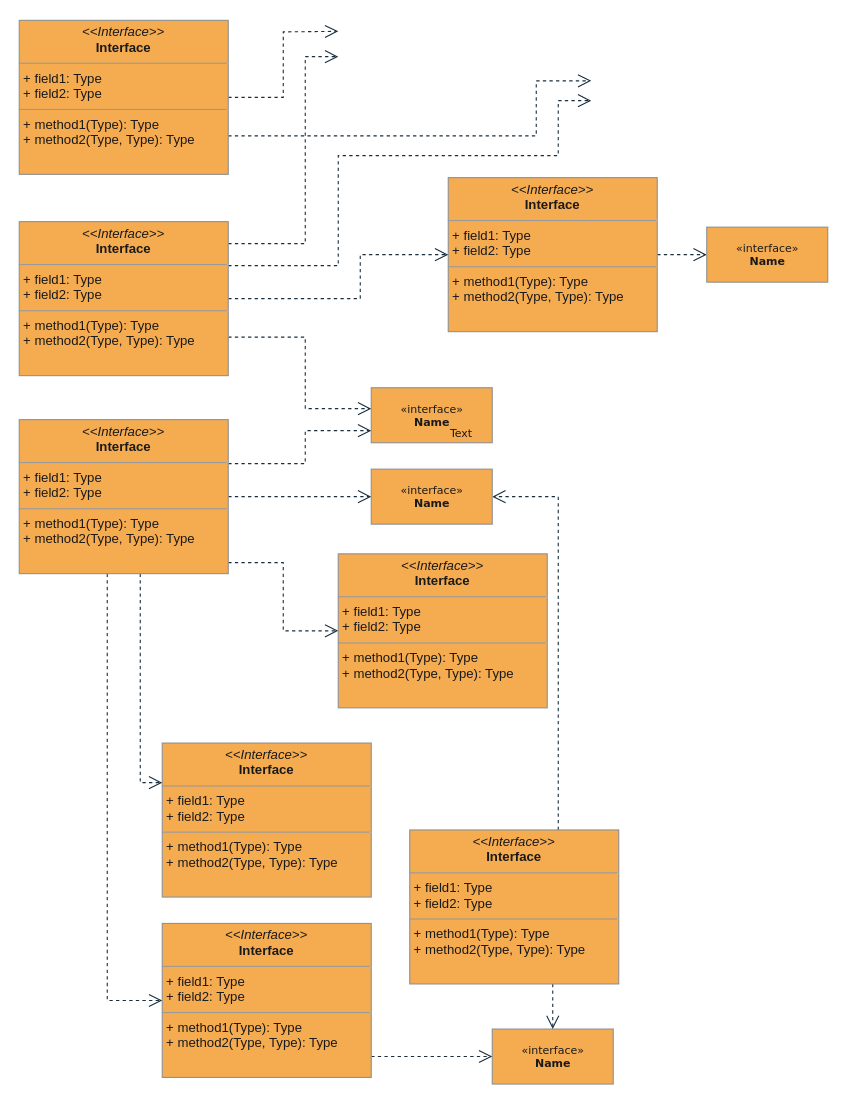
The draw.io diagram docs/詳細設計/名称未設定ファイル.drawio in omoikanelulu/koto_koto, before the edit. Source tidied: cells renumbered, new cells numbered last; positions are measured from the earlier drawing's top-left corner, leaving out a move shared by most shapes. Both pictures are drawn from the tidied source at 110%, with x=0, y=0 at pixel (19, 20).
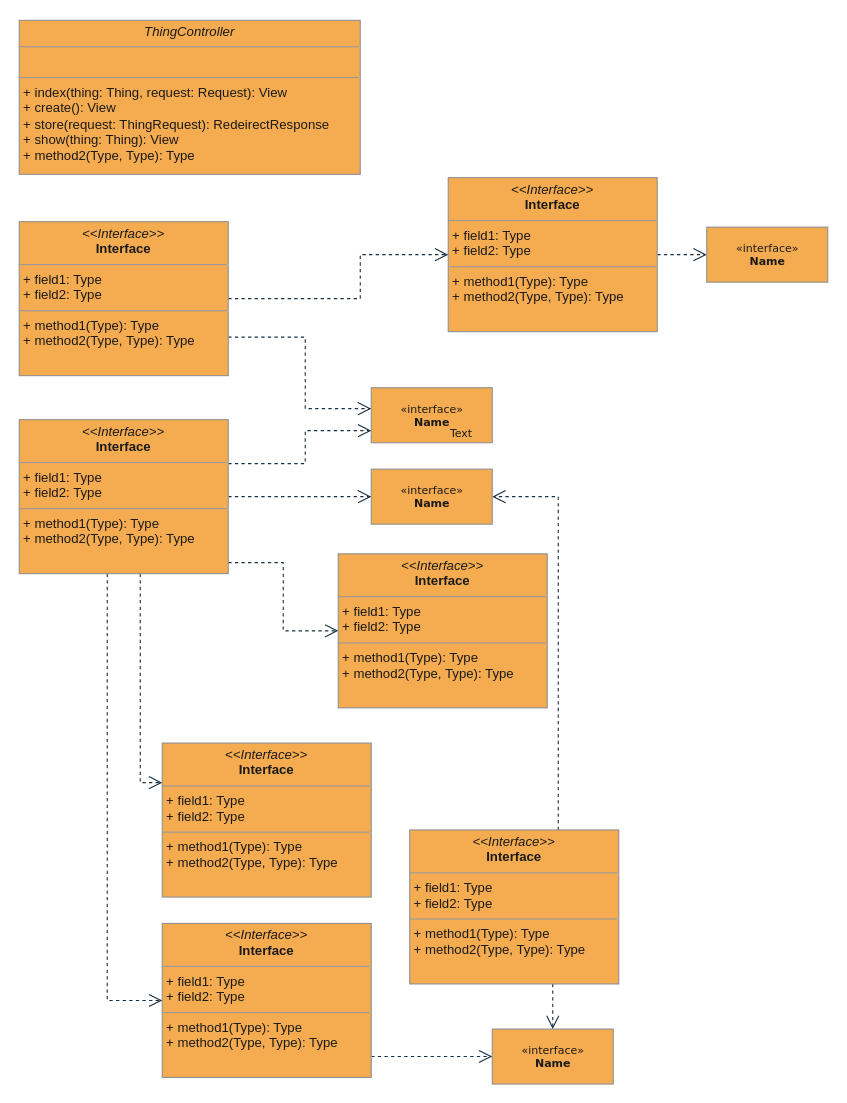
The same diagram, later.

Unchanged cells that the change refers to:
```xml
<mxCell id="23" value="&lt;p style=&quot;margin:0px;margin-top:4px;text-align:center;&quot;&gt;&lt;i&gt;&amp;lt;&amp;lt;Interface&amp;gt;&amp;gt;&lt;/i&gt;&lt;br/&gt;&lt;b&gt;Interface&lt;/b&gt;&lt;/p&gt;&lt;hr size=&quot;1&quot;/&gt;&lt;p style=&quot;margin:0px;margin-left:4px;&quot;&gt;+ field1: Type&lt;br/&gt;+ field2: Type&lt;/p&gt;&lt;hr size=&quot;1&quot;/&gt;&lt;p style=&quot;margin:0px;margin-left:4px;&quot;&gt;+ method1(Type): Type&lt;br/&gt;+ method2(Type, Type): Type&lt;/p&gt;" style="verticalAlign=top;align=left;overflow=fill;fontSize=12;fontFamily=Helvetica;html=1;rounded=0;shadow=0;comic=0;labelBackgroundColor=none;strokeWidth=1;fillColor=#F5AB50;strokeColor=#909090;fontColor=#1A1A1A;" parent="1" vertex="1">
  <mxGeometry y="183" width="190" height="140" as="geometry" />
</mxCell>
```

Change to the diagram source:
```diff
@@
-    <mxCell id="16" style="edgeStyle=orthogonalEdgeStyle;rounded=0;html=1;labelBackgroundColor=none;startFill=0;endArrow=open;endFill=0;endSize=10;fontFamily=Verdana;fontSize=10;dashed=1;strokeColor=#182E3E;fontColor=default;" parent="1" edge="1" source="18">
-      <mxGeometry relative="1" as="geometry">
-        <mxPoint x="290" y="10" as="targetPoint" />
-      </mxGeometry>
-    </mxCell>
-    <mxCell id="17" style="edgeStyle=orthogonalEdgeStyle;rounded=0;html=1;exitX=1;exitY=0.75;dashed=1;labelBackgroundColor=none;startFill=0;endArrow=open;endFill=0;endSize=10;fontFamily=Verdana;fontSize=10;strokeColor=#182E3E;fontColor=default;" parent="1" edge="1" source="18">
-      <mxGeometry relative="1" as="geometry">
-        <mxPoint x="520" y="55" as="targetPoint" />
-        <Array as="points">
-          <mxPoint x="470" y="105" />
-          <mxPoint x="470" y="55" />
-        </Array>
-      </mxGeometry>
-    </mxCell>
-    <mxCell id="18" value="&lt;p style=&quot;margin:0px;margin-top:4px;text-align:center;&quot;&gt;&lt;i&gt;&amp;lt;&amp;lt;Interface&amp;gt;&amp;gt;&lt;/i&gt;&lt;br/&gt;&lt;b&gt;Interface&lt;/b&gt;&lt;/p&gt;&lt;hr size=&quot;1&quot;/&gt;&lt;p style=&quot;margin:0px;margin-left:4px;&quot;&gt;+ field1: Type&lt;br/&gt;+ field2: Type&lt;/p&gt;&lt;hr size=&quot;1&quot;/&gt;&lt;p style=&quot;margin:0px;margin-left:4px;&quot;&gt;+ method1(Type): Type&lt;br/&gt;+ method2(Type, Type): Type&lt;/p&gt;" style="verticalAlign=top;align=left;overflow=fill;fontSize=12;fontFamily=Helvetica;html=1;rounded=0;shadow=0;comic=0;labelBackgroundColor=none;strokeWidth=1;strokeColor=#909090;fillColor=#F5AB50;fontColor=#1A1A1A;" parent="1" vertex="1">
-      <mxGeometry width="190" height="140" as="geometry" />
+    <mxCell id="18" value="&lt;p style=&quot;margin:0px;margin-top:4px;text-align:center;&quot;&gt;&lt;i&gt;ThingController&lt;/i&gt;&lt;br&gt;&lt;/p&gt;&lt;hr size=&quot;1&quot;&gt;&lt;p style=&quot;margin:0px;margin-left:4px;&quot;&gt;&lt;br&gt;&lt;/p&gt;&lt;hr size=&quot;1&quot;&gt;&lt;p style=&quot;margin:0px;margin-left:4px;&quot;&gt;+&amp;nbsp;index(thing: Thing, request: Request): View&lt;/p&gt;&lt;p style=&quot;margin:0px;margin-left:4px;&quot;&gt;+ create(): View&lt;/p&gt;&lt;p style=&quot;margin:0px;margin-left:4px;&quot;&gt;+&amp;nbsp;store(request: ThingRequest): RedeirectResponse&lt;/p&gt;&lt;p style=&quot;margin:0px;margin-left:4px;&quot;&gt;+ show(thing: Thing): View&lt;br&gt;+ method2(Type, Type): Type&lt;/p&gt;" style="verticalAlign=top;align=left;overflow=fill;fontSize=12;fontFamily=Helvetica;html=1;rounded=0;shadow=0;comic=0;labelBackgroundColor=none;strokeWidth=1;strokeColor=#909090;fillColor=#F5AB50;fontColor=#1A1A1A;" parent="1" vertex="1">
+      <mxGeometry width="310" height="140" as="geometry" />
     </mxCell>
-    <mxCell id="19" style="edgeStyle=orthogonalEdgeStyle;rounded=0;html=1;dashed=1;labelBackgroundColor=none;startFill=0;endArrow=open;endFill=0;endSize=10;fontFamily=Verdana;fontSize=10;strokeColor=#182E3E;fontColor=default;" parent="1" edge="1" source="23">
-      <mxGeometry relative="1" as="geometry">
-        <mxPoint x="290" y="33" as="targetPoint" />
-        <Array as="points">
-          <mxPoint x="260" y="203" />
-          <mxPoint x="260" y="33" />
-        </Array>
-      </mxGeometry>
-    </mxCell>
-    <mxCell id="20" style="edgeStyle=orthogonalEdgeStyle;rounded=0;html=1;dashed=1;labelBackgroundColor=none;startFill=0;endArrow=open;endFill=0;endSize=10;fontFamily=Verdana;fontSize=10;strokeColor=#182E3E;fontColor=default;" parent="1" edge="1" source="23">
-      <mxGeometry relative="1" as="geometry">
-        <mxPoint x="520" y="73" as="targetPoint" />
-        <Array as="points">
-          <mxPoint x="290" y="223" />
-          <mxPoint x="290" y="123" />
-          <mxPoint x="490" y="123" />
-          <mxPoint x="490" y="73" />
-        </Array>
-      </mxGeometry>
-    </mxCell>
```
